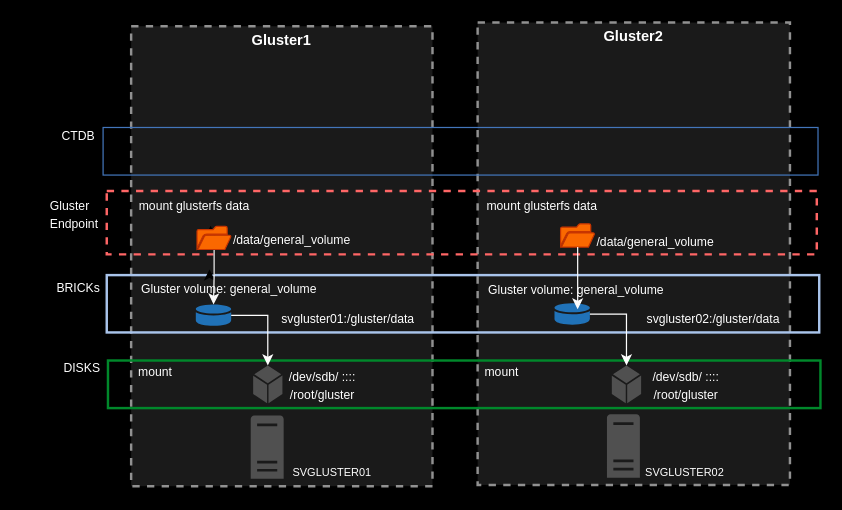
Josemyr1993/glusterFS keeps this draw.io diagram as GlusterFS/glusterFS.drawio. Above is the earlier version. Source tidied: cells renumbered, new cells numbered last; positions are measured from the earlier drawing's top-left corner, leaving out a move shared by most shapes. Both pictures are drawn from the tidied source at 122%, with x=0, y=0 at pixel (21, 22).
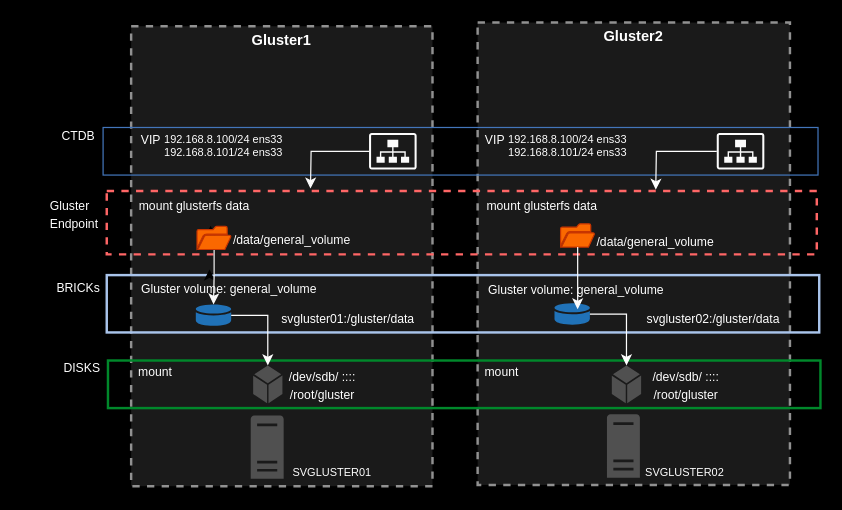
The same page after the edit.

Unchanged cells that the change refers to:
```xml
<mxCell id="37" style="fontStyle=0;verticalAlign=top;align=center;spacingTop=-2;fillColor=none;rounded=0;whiteSpace=wrap;html=1;strokeColor=#4376BB;strokeWidth=1;dashed=0;" parent="1" vertex="1">
  <mxGeometry x="67" y="86" width="586" height="39" as="geometry" />
</mxCell>
```

Diff of the diagram source:
```diff
@@
+    <mxCell id="40" value="&lt;font color=&quot;#ffffff&quot;&gt;&lt;font size=&quot;1&quot;&gt;VIP&lt;/font&gt;&lt;br&gt;&lt;/font&gt;" style="text;html=1;strokeColor=none;fillColor=none;align=center;verticalAlign=middle;whiteSpace=wrap;rounded=0;" parent="37" vertex="1">
+      <mxGeometry x="23" width="33" height="19" as="geometry" />
+    </mxCell>
+    <mxCell id="41" value="&lt;font color=&quot;#ffffff&quot;&gt;&lt;font size=&quot;1&quot;&gt;VIP&lt;/font&gt;&lt;br&gt;&lt;/font&gt;" style="text;html=1;strokeColor=none;fillColor=none;align=center;verticalAlign=middle;whiteSpace=wrap;rounded=0;" parent="37" vertex="1">
+      <mxGeometry x="305" width="33" height="19" as="geometry" />
+    </mxCell>
+    <mxCell id="42" value="&lt;font style=&quot;font-size: 9px;&quot; color=&quot;#ffffff&quot;&gt;&lt;div&gt;192.168.8.100/24 ens33&lt;/div&gt;&lt;div&gt;192.168.8.101/24 ens33&lt;/div&gt;&lt;/font&gt;" style="text;html=1;strokeColor=none;fillColor=none;align=center;verticalAlign=middle;whiteSpace=wrap;rounded=0;" parent="37" vertex="1">
+      <mxGeometry x="38" width="122" height="30" as="geometry" />
+    </mxCell>
+    <mxCell id="43" value="&lt;font style=&quot;font-size: 9px;&quot; color=&quot;#ffffff&quot;&gt;&lt;div&gt;192.168.8.100/24 ens33&lt;/div&gt;&lt;div&gt;192.168.8.101/24 ens33&lt;/div&gt;&lt;/font&gt;" style="text;html=1;strokeColor=none;fillColor=none;align=center;verticalAlign=middle;whiteSpace=wrap;rounded=0;" parent="37" vertex="1">
+      <mxGeometry x="320" width="122" height="30" as="geometry" />
+    </mxCell>
+    <mxCell id="44" style="sketch=0;shadow=0;dashed=0;html=1;strokeColor=none;fillColor=#FCFCFC;labelPosition=center;verticalLabelPosition=bottom;verticalAlign=top;outlineConnect=0;align=center;shape=mxgraph.office.sites.site_collection;" parent="37" vertex="1">
+      <mxGeometry x="218" y="4.5" width="39" height="30" as="geometry" />
+    </mxCell>
+    <mxCell id="45" style="sketch=0;shadow=0;dashed=0;html=1;strokeColor=none;fillColor=#FCFCFC;labelPosition=center;verticalLabelPosition=bottom;verticalAlign=top;outlineConnect=0;align=center;shape=mxgraph.office.sites.site_collection;" parent="37" vertex="1">
+      <mxGeometry x="503" y="4.5" width="39" height="30" as="geometry" />
+    </mxCell>
@@
+    <mxCell id="46" style="edgeStyle=orthogonalEdgeStyle;rounded=0;jettySize=auto;html=1;strokeColor=#FAFAFA;" parent="1" edge="1" source="44">
+      <mxGeometry relative="1" as="geometry">
+        <mxPoint x="237" y="136" as="targetPoint" />
+      </mxGeometry>
+    </mxCell>
+    <mxCell id="47" style="edgeStyle=orthogonalEdgeStyle;rounded=0;jettySize=auto;html=1;strokeColor=#FFFFFF;" parent="1" edge="1" source="45">
+      <mxGeometry relative="1" as="geometry">
+        <mxPoint x="520" y="137" as="targetPoint" />
+      </mxGeometry>
+    </mxCell>
```
